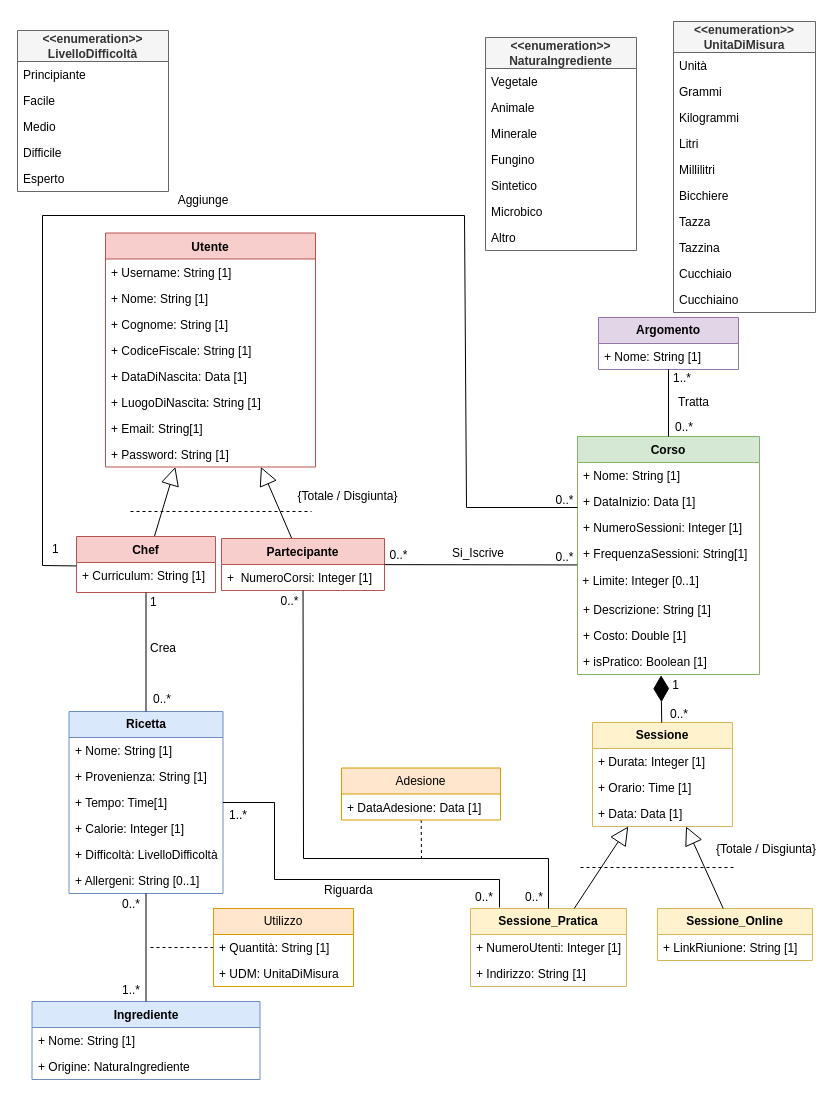
KiyoWasTakenn/UninaFoodLab keeps this draw.io diagram as page "Pagina-1" (1 of 2) of Database/Modello_Concettuale/src/UninaFoodLab_UML.drawio. Above is the earlier version. Source tidied: cells renumbered, new cells numbered last; positions are measured from the earlier drawing's top-left corner, leaving out a move shared by most shapes. Both pictures are drawn from the tidied source at 100%, with x=0, y=0 at pixel (17, 21).
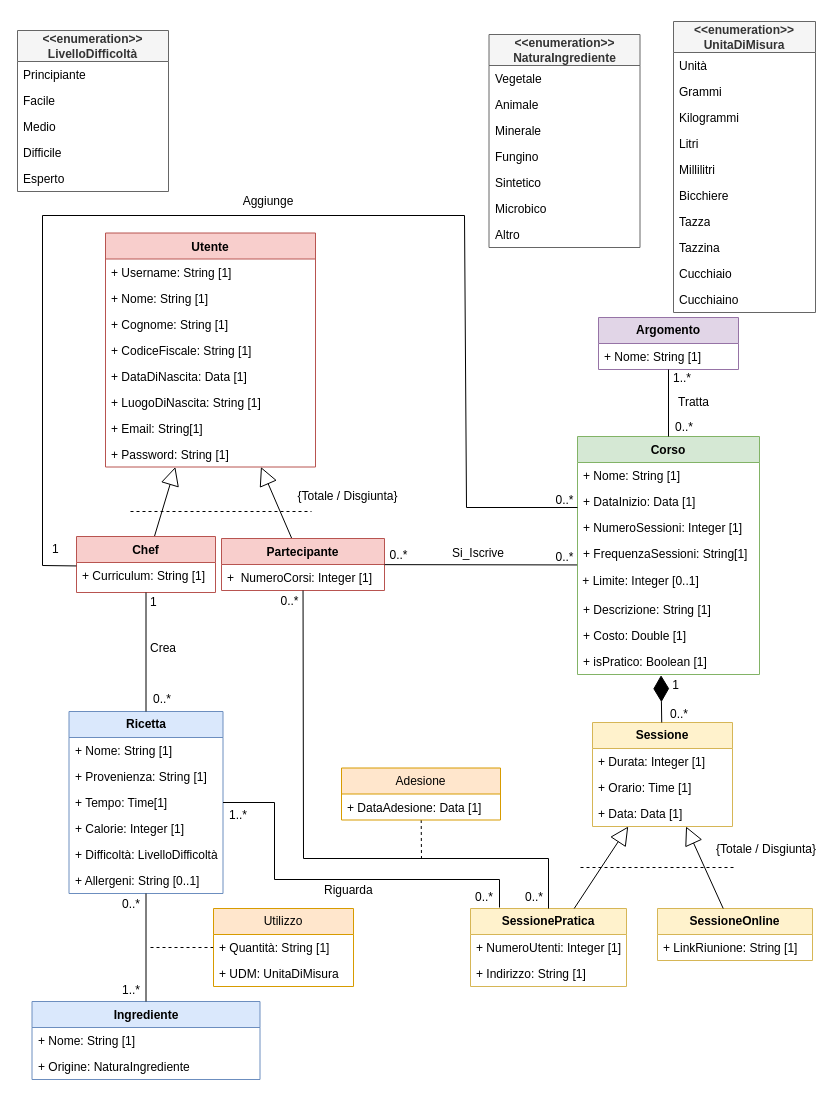
The same page after the edit.

Diff of the diagram source:
```diff
@@
-    <mxCell id="26" value="&lt;b&gt;Sessione_Pratica&lt;/b&gt;" style="swimlane;fontStyle=0;horizontal=1;startSize=26;whiteSpace=wrap;html=1;fillColor=#fff2cc;strokeColor=#d6b656;" parent="1" vertex="1">
+    <mxCell id="26" value="&lt;b&gt;SessionePratica&lt;/b&gt;" style="swimlane;fontStyle=0;horizontal=1;startSize=26;whiteSpace=wrap;html=1;fillColor=#fff2cc;strokeColor=#d6b656;" parent="1" vertex="1">
       <mxGeometry x="453" y="887" width="156" height="78" as="geometry" />
     </mxCell>
@@
-    <mxCell id="44" value="&lt;b&gt;Sessione_Online&lt;/b&gt;" style="swimlane;fontStyle=0;horizontal=1;startSize=26;whiteSpace=wrap;html=1;fillColor=#fff2cc;strokeColor=#d6b656;" parent="1" vertex="1">
+    <mxCell id="44" value="&lt;b&gt;SessioneOnline&lt;/b&gt;" style="swimlane;fontStyle=0;horizontal=1;startSize=26;whiteSpace=wrap;html=1;fillColor=#fff2cc;strokeColor=#d6b656;" parent="1" vertex="1">
       <mxGeometry x="640" y="887" width="155" height="52" as="geometry" />
     </mxCell>
@@
     <mxCell id="76" value="Aggiunge" style="text;html=1;align=center;verticalAlign=middle;whiteSpace=wrap;rounded=0;" parent="1" vertex="1">
-      <mxGeometry x="156" y="164" width="60" height="30" as="geometry" />
+      <mxGeometry x="221" y="165" width="60" height="30" as="geometry" />
     </mxCell>
@@
     <mxCell id="89" value="&lt;div&gt;&lt;span style=&quot;background-color: transparent; color: light-dark(rgb(51, 51, 51), rgb(193, 193, 193)); font-weight: 700;&quot;&gt;&lt;br&gt;&lt;/span&gt;&lt;/div&gt;&lt;div&gt;&lt;span style=&quot;background-color: transparent; color: light-dark(rgb(51, 51, 51), rgb(193, 193, 193)); font-weight: 700;&quot;&gt;&amp;lt;&amp;lt;enumeration&amp;gt;&amp;gt;&lt;/span&gt;&lt;/div&gt;&lt;div&gt;&lt;span style=&quot;font-weight: 700;&quot;&gt;NaturaIngrediente&lt;/span&gt;&lt;/div&gt;&lt;div&gt;&lt;br&gt;&lt;/div&gt;" style="swimlane;fontStyle=0;horizontal=1;startSize=31;fillColor=#f5f5f5;whiteSpace=wrap;html=1;strokeColor=#666666;fontColor=#333333;" parent="1" vertex="1">
-      <mxGeometry x="468" y="16" width="151" height="213" as="geometry" />
+      <mxGeometry x="471.5" y="13" width="151" height="213" as="geometry" />
     </mxCell>
```
